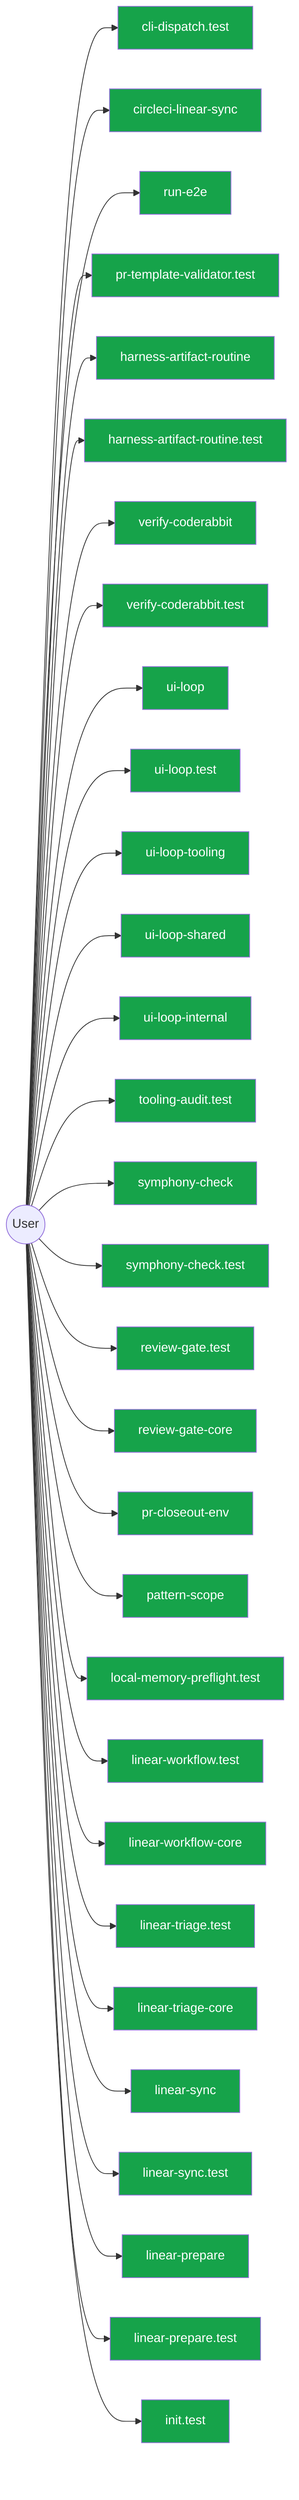
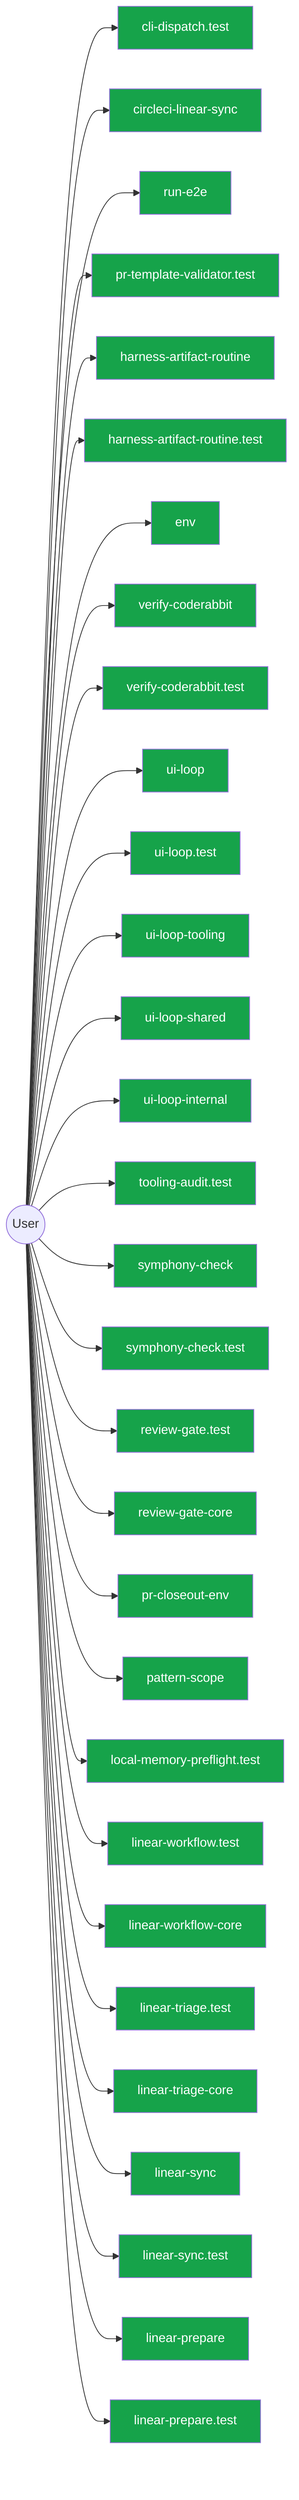
flowchart LR
  User(("User"))
  cli_dispatch_test_54c9f17b["cli-dispatch.test"]
  User --> cli_dispatch_test_54c9f17b
  circleci_linear_sync_19c0d6da["circleci-linear-sync"]
  User --> circleci_linear_sync_19c0d6da
  run_e2e_39efe696["run-e2e"]
  User --> run_e2e_39efe696
  pr_template_validator_test_569b1cef["pr-template-validator.test"]
  User --> pr_template_validator_test_569b1cef
  harness_artifact_routine_17afacff["harness-artifact-routine"]
  User --> harness_artifact_routine_17afacff
  harness_artifact_routine_test_299f387d["harness-artifact-routine.test"]
  User --> harness_artifact_routine_test_299f387d
+   env_b77349bf["env"]
+   User --> env_b77349bf
  verify_coderabbit_490b4e71["verify-coderabbit"]
  User --> verify_coderabbit_490b4e71
  verify_coderabbit_test_46cfcf29["verify-coderabbit.test"]
  User --> verify_coderabbit_test_46cfcf29
  ui_loop_11660889["ui-loop"]
  User --> ui_loop_11660889
  ui_loop_test_f0eabc42["ui-loop.test"]
  User --> ui_loop_test_f0eabc42
  ui_loop_tooling_12b2d2c7["ui-loop-tooling"]
  User --> ui_loop_tooling_12b2d2c7
  ui_loop_shared_8c83b841["ui-loop-shared"]
  User --> ui_loop_shared_8c83b841
  ui_loop_internal_f2eb8892["ui-loop-internal"]
  User --> ui_loop_internal_f2eb8892
  tooling_audit_test_d2aee28c["tooling-audit.test"]
  User --> tooling_audit_test_d2aee28c
  symphony_check_e97f2ea0["symphony-check"]
  User --> symphony_check_e97f2ea0
  symphony_check_test_6cb33eb2["symphony-check.test"]
  User --> symphony_check_test_6cb33eb2
  review_gate_test_000e2ed6["review-gate.test"]
  User --> review_gate_test_000e2ed6
  review_gate_core_4c8001f9["review-gate-core"]
  User --> review_gate_core_4c8001f9
  pr_closeout_env_9bfcd9ef["pr-closeout-env"]
  User --> pr_closeout_env_9bfcd9ef
  pattern_scope_61ff946d["pattern-scope"]
  User --> pattern_scope_61ff946d
  local_memory_preflight_test_5e323bbf["local-memory-preflight.test"]
  User --> local_memory_preflight_test_5e323bbf
  linear_workflow_test_a351dcb0["linear-workflow.test"]
  User --> linear_workflow_test_a351dcb0
  linear_workflow_core_0e19cff4["linear-workflow-core"]
  User --> linear_workflow_core_0e19cff4
  linear_triage_test_1b75a8b8["linear-triage.test"]
  User --> linear_triage_test_1b75a8b8
  linear_triage_core_7cbca73e["linear-triage-core"]
  User --> linear_triage_core_7cbca73e
  linear_sync_a2fa2bf7["linear-sync"]
  User --> linear_sync_a2fa2bf7
  linear_sync_test_da1e1eab["linear-sync.test"]
  User --> linear_sync_test_da1e1eab
  linear_prepare_0c613ba6["linear-prepare"]
  User --> linear_prepare_0c613ba6
  linear_prepare_test_678f11a9["linear-prepare.test"]
  User --> linear_prepare_test_678f11a9
-   init_test_cbba76a6["init.test"]
-   User --> init_test_cbba76a6
  classDef userNode fill:#16a34a,color:#fff
-   class cli_dispatch_test_54c9f17b,circleci_linear_sync_19c0d6da,run_e2e_39efe696,pr_template_validator_test_569b1cef,harness_artifact_routine_17afacff,harness_artifact_routine_test_299f387d,verify_coderabbit_490b4e71,verify_coderabbit_test_46cfcf29,ui_loop_11660889,ui_loop_test_f0eabc42,ui_loop_tooling_12b2d2c7,ui_loop_shared_8c83b841,ui_loop_internal_f2eb8892,tooling_audit_test_d2aee28c,symphony_check_e97f2ea0,symphony_check_test_6cb33eb2,review_gate_test_000e2ed6,review_gate_core_4c8001f9,pr_closeout_env_9bfcd9ef,pattern_scope_61ff946d,local_memory_preflight_test_5e323bbf,linear_workflow_test_a351dcb0,linear_workflow_core_0e19cff4,linear_triage_test_1b75a8b8,linear_triage_core_7cbca73e,linear_sync_a2fa2bf7,linear_sync_test_da1e1eab,linear_prepare_0c613ba6,linear_prepare_test_678f11a9,init_test_cbba76a6 userNode
+   class cli_dispatch_test_54c9f17b,circleci_linear_sync_19c0d6da,run_e2e_39efe696,pr_template_validator_test_569b1cef,harness_artifact_routine_17afacff,harness_artifact_routine_test_299f387d,env_b77349bf,verify_coderabbit_490b4e71,verify_coderabbit_test_46cfcf29,ui_loop_11660889,ui_loop_test_f0eabc42,ui_loop_tooling_12b2d2c7,ui_loop_shared_8c83b841,ui_loop_internal_f2eb8892,tooling_audit_test_d2aee28c,symphony_check_e97f2ea0,symphony_check_test_6cb33eb2,review_gate_test_000e2ed6,review_gate_core_4c8001f9,pr_closeout_env_9bfcd9ef,pattern_scope_61ff946d,local_memory_preflight_test_5e323bbf,linear_workflow_test_a351dcb0,linear_workflow_core_0e19cff4,linear_triage_test_1b75a8b8,linear_triage_core_7cbca73e,linear_sync_a2fa2bf7,linear_sync_test_da1e1eab,linear_prepare_0c613ba6,linear_prepare_test_678f11a9 userNode
